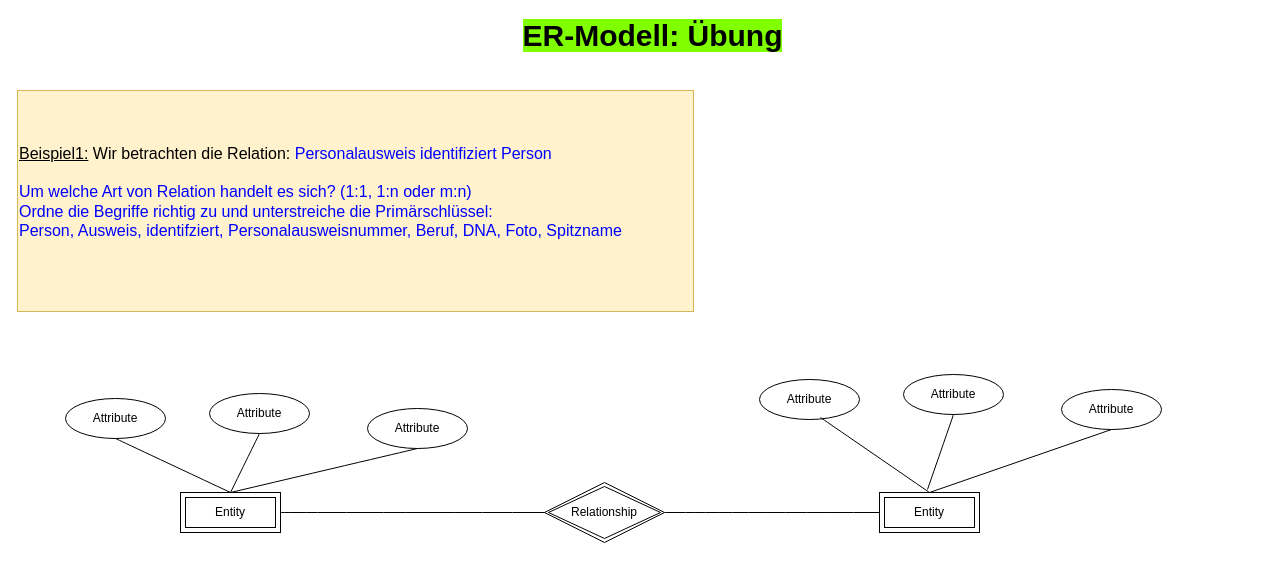
The draw.io diagram page "Person_Ausweis" (1 of 4) of ER-Modell_Beispiele.drawio in AlteMelberten/DRAWIO, before the edit. Source tidied: cells renumbered, new cells numbered last; positions are measured from the earlier drawing's top-left corner, leaving out a move shared by most shapes. Both pictures are drawn from the tidied source at 100%, with x=0, y=0 at pixel (17, 20).
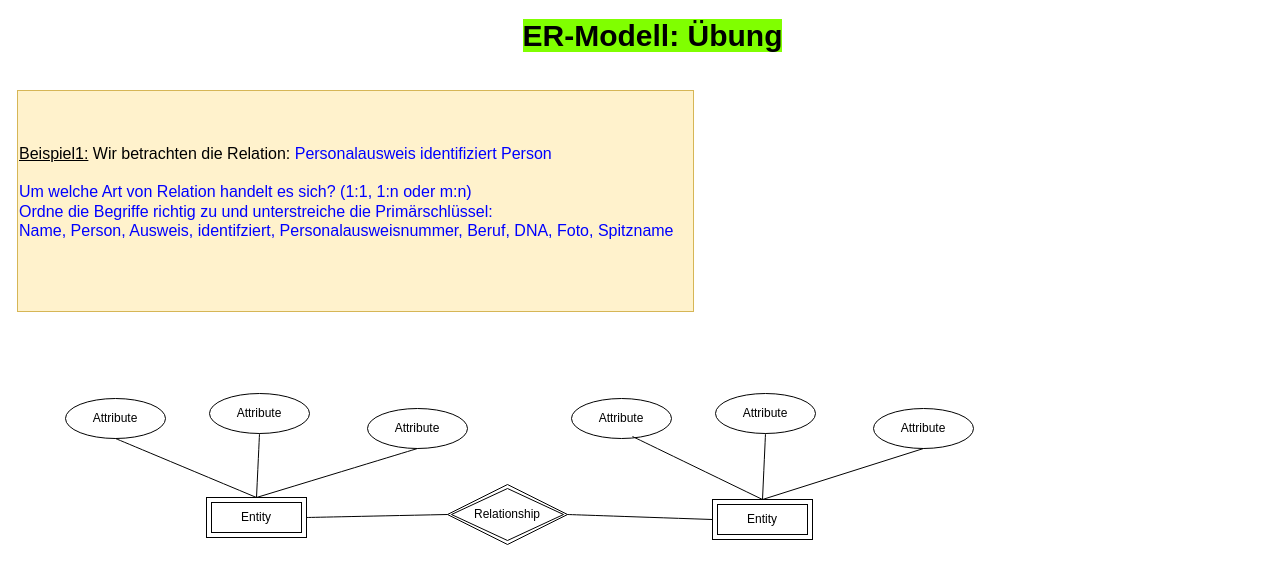
After the change.

The edit, as a diff of the source:
```diff
@@
-    <mxCell id="3" value="&lt;div align=&quot;left&quot;&gt;&lt;u&gt;Beispiel1:&lt;/u&gt; Wir betrachten die Relation: &lt;font color=&quot;#0000ff&quot;&gt;Personalausweis identifiziert Person&lt;/font&gt;&lt;br&gt;&lt;/div&gt;&lt;div align=&quot;left&quot;&gt;&lt;br&gt;&lt;font color=&quot;#0000ff&quot;&gt;Um welche Art von Relation handelt es sich? (1:1, 1:n oder m:n)&lt;br&gt;Ordne die Begriffe richtig zu und unterstreiche die Primärschlüssel:&lt;br&gt;Person, Ausweis, identifziert, Personalausweisnummer, Beruf, DNA, Foto, Spitzname&lt;br&gt;&lt;/font&gt;&lt;br&gt;&lt;/div&gt;" style="text;html=1;align=left;verticalAlign=middle;whiteSpace=wrap;rounded=0;fontSize=16;fillColor=#fff2cc;strokeColor=#d6b656;" parent="1" vertex="1">
+    <mxCell id="3" value="&lt;div align=&quot;left&quot;&gt;&lt;u&gt;Beispiel1:&lt;/u&gt; Wir betrachten die Relation: &lt;font color=&quot;#0000ff&quot;&gt;Personalausweis identifiziert Person&lt;/font&gt;&lt;br&gt;&lt;/div&gt;&lt;div align=&quot;left&quot;&gt;&lt;br&gt;&lt;font color=&quot;#0000ff&quot;&gt;Um welche Art von Relation handelt es sich? (1:1, 1:n oder m:n)&lt;br&gt;Ordne die Begriffe richtig zu und unterstreiche die Primärschlüssel:&lt;br&gt;Name, Person, Ausweis, identifziert, Personalausweisnummer, Beruf, DNA, Foto, Spitzname&lt;br&gt;&lt;/font&gt;&lt;br&gt;&lt;/div&gt;" style="text;html=1;align=left;verticalAlign=middle;whiteSpace=wrap;rounded=0;fontSize=16;fillColor=#fff2cc;strokeColor=#d6b656;" parent="1" vertex="1">
       <mxGeometry y="70" width="676" height="221" as="geometry" />
     </mxCell>
     <mxCell id="4" value="Relationship" style="shape=rhombus;double=1;perimeter=rhombusPerimeter;whiteSpace=wrap;html=1;align=center;" parent="1" vertex="1">
-      <mxGeometry x="527" y="462" width="120" height="60" as="geometry" />
+      <mxGeometry x="430" y="464" width="120" height="60" as="geometry" />
     </mxCell>
     <mxCell id="5" value="Entity" style="shape=ext;margin=3;double=1;whiteSpace=wrap;html=1;align=center;" parent="1" vertex="1">
-      <mxGeometry x="163" y="472" width="100" height="40" as="geometry" />
+      <mxGeometry x="189" y="477" width="100" height="40" as="geometry" />
     </mxCell>
     <mxCell id="6" value="Entity" style="shape=ext;margin=3;double=1;whiteSpace=wrap;html=1;align=center;" parent="1" vertex="1">
-      <mxGeometry x="862" y="472" width="100" height="40" as="geometry" />
+      <mxGeometry x="695" y="479" width="100" height="40" as="geometry" />
     </mxCell>
@@
     <mxCell id="10" value="Attribute" style="ellipse;whiteSpace=wrap;html=1;align=center;" parent="1" vertex="1">
-      <mxGeometry x="742" y="359" width="100" height="40" as="geometry" />
+      <mxGeometry x="554" y="378" width="100" height="40" as="geometry" />
     </mxCell>
     <mxCell id="11" value="Attribute" style="ellipse;whiteSpace=wrap;html=1;align=center;" parent="1" vertex="1">
-      <mxGeometry x="886" y="354" width="100" height="40" as="geometry" />
+      <mxGeometry x="698" y="373" width="100" height="40" as="geometry" />
     </mxCell>
     <mxCell id="12" value="Attribute" style="ellipse;whiteSpace=wrap;html=1;align=center;" parent="1" vertex="1">
-      <mxGeometry x="1044" y="369" width="100" height="40" as="geometry" />
+      <mxGeometry x="856" y="388" width="100" height="40" as="geometry" />
     </mxCell>
@@
-    <mxCell id="19" style="endArrow=none;html=1;rounded=0;fontSize=12;startSize=8;endSize=8;curved=1;exitX=0.5;exitY=1;exitDx=0;exitDy=0;" parent="1" edge="1" source="11">
-      <mxGeometry relative="1" as="geometry">
-        <mxPoint x="910" y="469" as="targetPoint" />
-      </mxGeometry>
+    <mxCell id="19" style="endArrow=none;html=1;rounded=0;fontSize=12;startSize=8;endSize=8;curved=1;exitX=0.5;exitY=1;exitDx=0;exitDy=0;entryX=0.5;entryY=0;entryDx=0;entryDy=0;" parent="1" edge="1" source="11" target="6">
+      <mxGeometry relative="1" as="geometry" />
     </mxCell>
```
